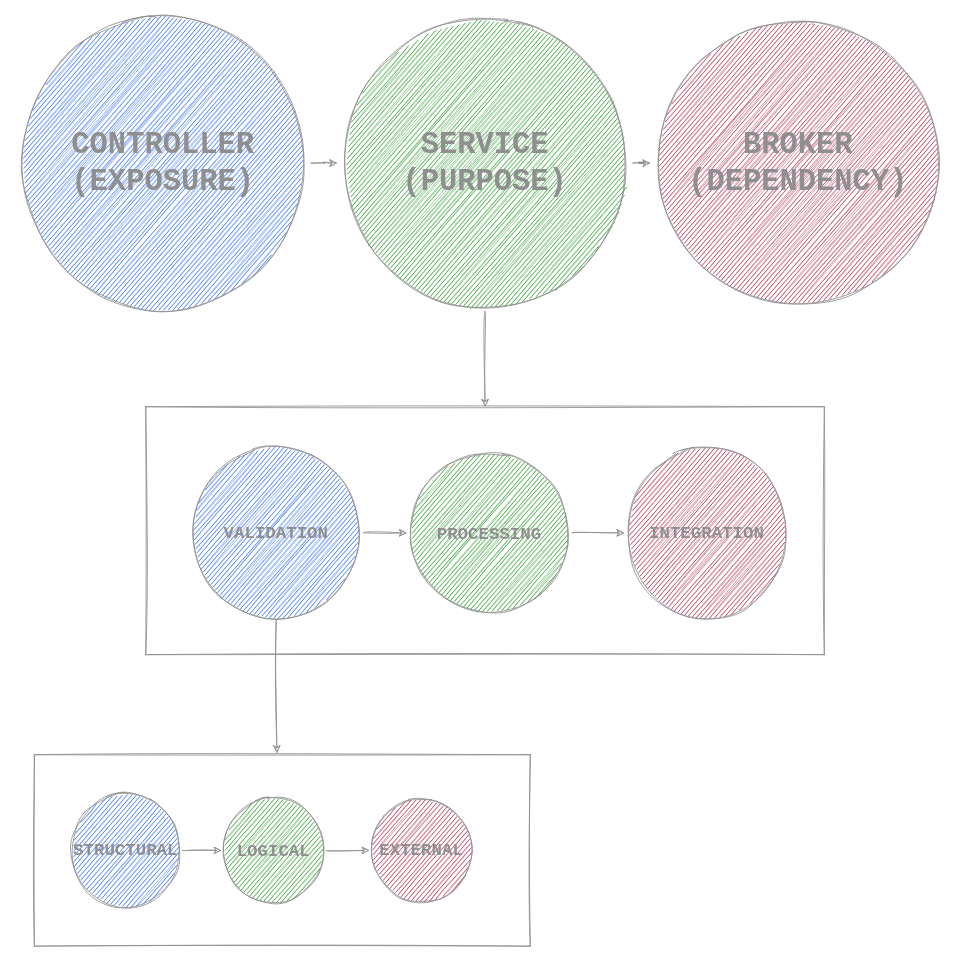
The draw.io diagram page "0.0.5" (5 of 7) of 0. Introduction/Resources/The Theory/The Theory.drawio in hassanhabib/The-Standard, before the edit. Source tidied: cells renumbered, new cells numbered last; positions are measured from the earlier drawing's top-left corner, leaving out a move shared by most shapes. Both pictures are drawn from the tidied source at 87%, with x=0, y=0 at pixel (15, 15).
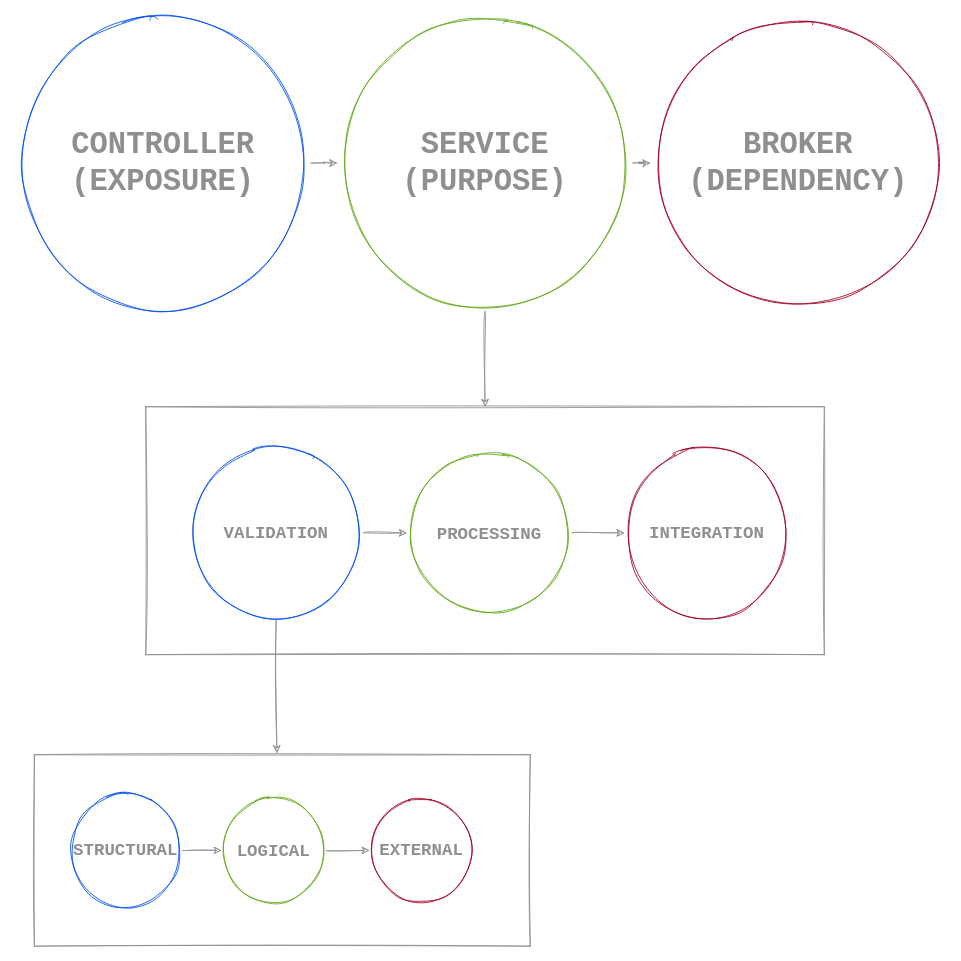
The same diagram, later.

Change to the diagram source:
```diff
@@
-    <mxCell id="4" value="BROKER&lt;br&gt;(DEPENDENCY)" style="ellipse;whiteSpace=wrap;html=1;rounded=1;sketch=1;fillColor=#a20025;strokeColor=#8F8F8F;fontFamily=Courier New;fontStyle=1;fontSize=35;fontColor=#8F8F8F;" parent="1" vertex="1">
+    <mxCell id="4" value="BROKER&lt;br&gt;(DEPENDENCY)" style="ellipse;whiteSpace=wrap;html=1;rounded=1;sketch=1;fillColor=none;strokeColor=#A20025;fontFamily=Courier New;fontStyle=1;fontSize=35;fontColor=#8F8F8F;" parent="1" vertex="1">
       <mxGeometry x="730" width="340" height="340" as="geometry" />
     </mxCell>
@@
-    <mxCell id="7" value="&lt;font style=&quot;font-size: 35px&quot;&gt;SERVICE&lt;br&gt;(PURPOSE)&lt;br&gt;&lt;/font&gt;" style="ellipse;whiteSpace=wrap;html=1;rounded=1;sketch=1;fillColor=#008a00;strokeColor=#8F8F8F;fontFamily=Courier New;fontStyle=1;fontSize=25;fontColor=#8F8F8F;" parent="1" vertex="1">
+    <mxCell id="7" value="&lt;font style=&quot;font-size: 35px&quot;&gt;SERVICE&lt;br&gt;(PURPOSE)&lt;br&gt;&lt;/font&gt;" style="ellipse;whiteSpace=wrap;html=1;rounded=1;sketch=1;fillColor=none;strokeColor=#60A917;fontFamily=Courier New;fontStyle=1;fontSize=25;fontColor=#8F8F8F;" parent="1" vertex="1">
       <mxGeometry x="370" width="340" height="340" as="geometry" />
     </mxCell>
@@
-    <mxCell id="9" value="&lt;font style=&quot;font-size: 35px&quot;&gt;CONTROLLER&lt;br&gt;(EXPOSURE)&lt;br&gt;&lt;/font&gt;" style="ellipse;whiteSpace=wrap;html=1;rounded=1;sketch=1;fillColor=#0050ef;strokeColor=#8F8F8F;fontFamily=Courier New;fontStyle=1;fontColor=#8F8F8F;" parent="1" vertex="1">
+    <mxCell id="9" value="&lt;font style=&quot;font-size: 35px&quot;&gt;CONTROLLER&lt;br&gt;(EXPOSURE)&lt;br&gt;&lt;/font&gt;" style="ellipse;whiteSpace=wrap;html=1;rounded=1;sketch=1;fillColor=none;strokeColor=#0050EF;fontFamily=Courier New;fontStyle=1;fontColor=#8F8F8F;" parent="1" vertex="1">
       <mxGeometry width="340" height="340" as="geometry" />
     </mxCell>
-    <mxCell id="10" value="INTEGRATION" style="ellipse;whiteSpace=wrap;html=1;rounded=1;sketch=1;fillColor=#a20025;strokeColor=#8F8F8F;fontFamily=Courier New;fontStyle=1;fontSize=20;fontColor=#8F8F8F;" parent="1" vertex="1">
+    <mxCell id="10" value="INTEGRATION" style="ellipse;whiteSpace=wrap;html=1;rounded=1;sketch=1;fillColor=none;strokeColor=#A20025;fontFamily=Courier New;fontStyle=1;fontSize=20;fontColor=#8F8F8F;" parent="1" vertex="1">
       <mxGeometry x="700" y="500" width="190" height="190" as="geometry" />
     </mxCell>
@@
-    <mxCell id="12" value="&lt;font&gt;&lt;font style=&quot;font-size: 20px&quot;&gt;PROCESSING&lt;/font&gt;&lt;br&gt;&lt;/font&gt;" style="ellipse;whiteSpace=wrap;html=1;rounded=1;sketch=1;fillColor=#008a00;strokeColor=#8F8F8F;fontFamily=Courier New;fontStyle=1;fontSize=25;fontColor=#8F8F8F;" parent="1" vertex="1">
+    <mxCell id="12" value="&lt;font&gt;&lt;font style=&quot;font-size: 20px&quot;&gt;PROCESSING&lt;/font&gt;&lt;br&gt;&lt;/font&gt;" style="ellipse;whiteSpace=wrap;html=1;rounded=1;sketch=1;fillColor=none;strokeColor=#60A917;fontFamily=Courier New;fontStyle=1;fontSize=25;fontColor=#8F8F8F;" parent="1" vertex="1">
       <mxGeometry x="450" y="500" width="190" height="190" as="geometry" />
     </mxCell>
@@
-    <mxCell id="15" value="&lt;font&gt;&lt;font style=&quot;font-size: 20px&quot;&gt;VALIDATION&lt;/font&gt;&lt;br&gt;&lt;/font&gt;" style="ellipse;whiteSpace=wrap;html=1;rounded=1;sketch=1;fillColor=#0050ef;strokeColor=#8F8F8F;fontFamily=Courier New;fontStyle=1;fontColor=#8F8F8F;" parent="1" vertex="1">
+    <mxCell id="15" value="&lt;font&gt;&lt;font style=&quot;font-size: 20px&quot;&gt;VALIDATION&lt;/font&gt;&lt;br&gt;&lt;/font&gt;" style="ellipse;whiteSpace=wrap;html=1;rounded=1;sketch=1;fillColor=none;strokeColor=#0050EF;fontFamily=Courier New;fontStyle=1;fontColor=#8F8F8F;" parent="1" vertex="1">
       <mxGeometry x="200" y="495" width="200" height="200" as="geometry" />
     </mxCell>
-    <mxCell id="16" value="EXTERNAL" style="ellipse;whiteSpace=wrap;html=1;rounded=1;sketch=1;fillColor=#a20025;strokeColor=#8F8F8F;fontFamily=Courier New;fontStyle=1;fontSize=20;fontColor=#8F8F8F;" parent="1" vertex="1">
+    <mxCell id="16" value="EXTERNAL" style="ellipse;whiteSpace=wrap;html=1;rounded=1;sketch=1;fillColor=none;strokeColor=#A20025;fontFamily=Courier New;fontStyle=1;fontSize=20;fontColor=#8F8F8F;" parent="1" vertex="1">
       <mxGeometry x="407" y="900" width="120" height="120" as="geometry" />
     </mxCell>
@@
-    <mxCell id="18" value="&lt;font&gt;&lt;font style=&quot;font-size: 20px&quot;&gt;LOGICAL&lt;/font&gt;&lt;br&gt;&lt;/font&gt;" style="ellipse;whiteSpace=wrap;html=1;rounded=1;sketch=1;fillColor=#008a00;strokeColor=#8F8F8F;fontFamily=Courier New;fontStyle=1;fontSize=25;fontColor=#8F8F8F;" parent="1" vertex="1">
+    <mxCell id="18" value="&lt;font&gt;&lt;font style=&quot;font-size: 20px&quot;&gt;LOGICAL&lt;/font&gt;&lt;br&gt;&lt;/font&gt;" style="ellipse;whiteSpace=wrap;html=1;rounded=1;sketch=1;fillColor=none;strokeColor=#60A917;fontFamily=Courier New;fontStyle=1;fontSize=25;fontColor=#8F8F8F;" parent="1" vertex="1">
       <mxGeometry x="237" y="900" width="120" height="120" as="geometry" />
     </mxCell>
@@
-    <mxCell id="20" value="&lt;font&gt;&lt;font style=&quot;font-size: 20px&quot;&gt;STRUCTURAL&lt;/font&gt;&lt;br&gt;&lt;/font&gt;" style="ellipse;whiteSpace=wrap;html=1;rounded=1;sketch=1;fillColor=#0050ef;strokeColor=#8F8F8F;fontFamily=Courier New;fontStyle=1;fontColor=#8F8F8F;" parent="1" vertex="1">
+    <mxCell id="20" value="&lt;font&gt;&lt;font style=&quot;font-size: 20px&quot;&gt;STRUCTURAL&lt;/font&gt;&lt;br&gt;&lt;/font&gt;" style="ellipse;whiteSpace=wrap;html=1;rounded=1;sketch=1;fillColor=none;strokeColor=#0050EF;fontFamily=Courier New;fontStyle=1;fontColor=#8F8F8F;" parent="1" vertex="1">
       <mxGeometry x="62" y="895" width="130" height="130" as="geometry" />
     </mxCell>
```
